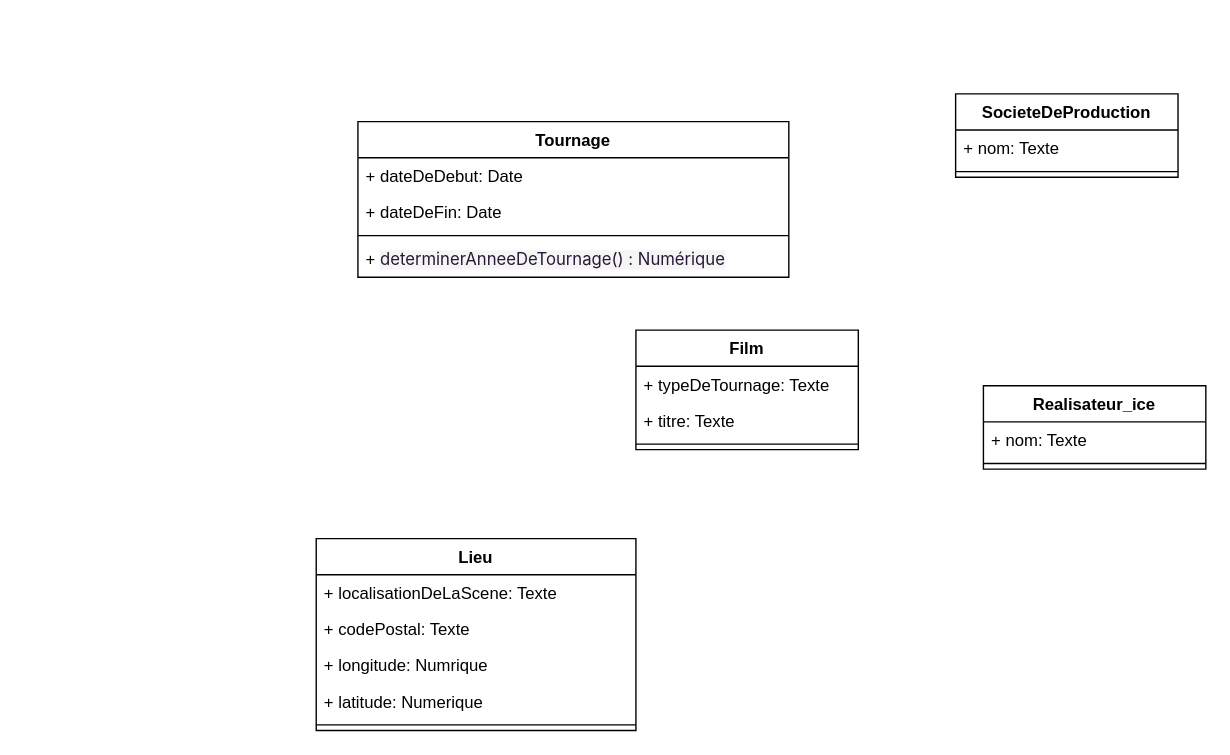
Before: MCD_NeoNomade.drawio in BoubaGadiaga/NeoNomade_modelisation, a draw.io diagram. Source tidied: cells renumbered, new cells numbered last; positions are measured from the earlier drawing's top-left corner, leaving out a move shared by most shapes. Both pictures are drawn from the tidied source at 139%, with x=0, y=0 at pixel (316, 93).
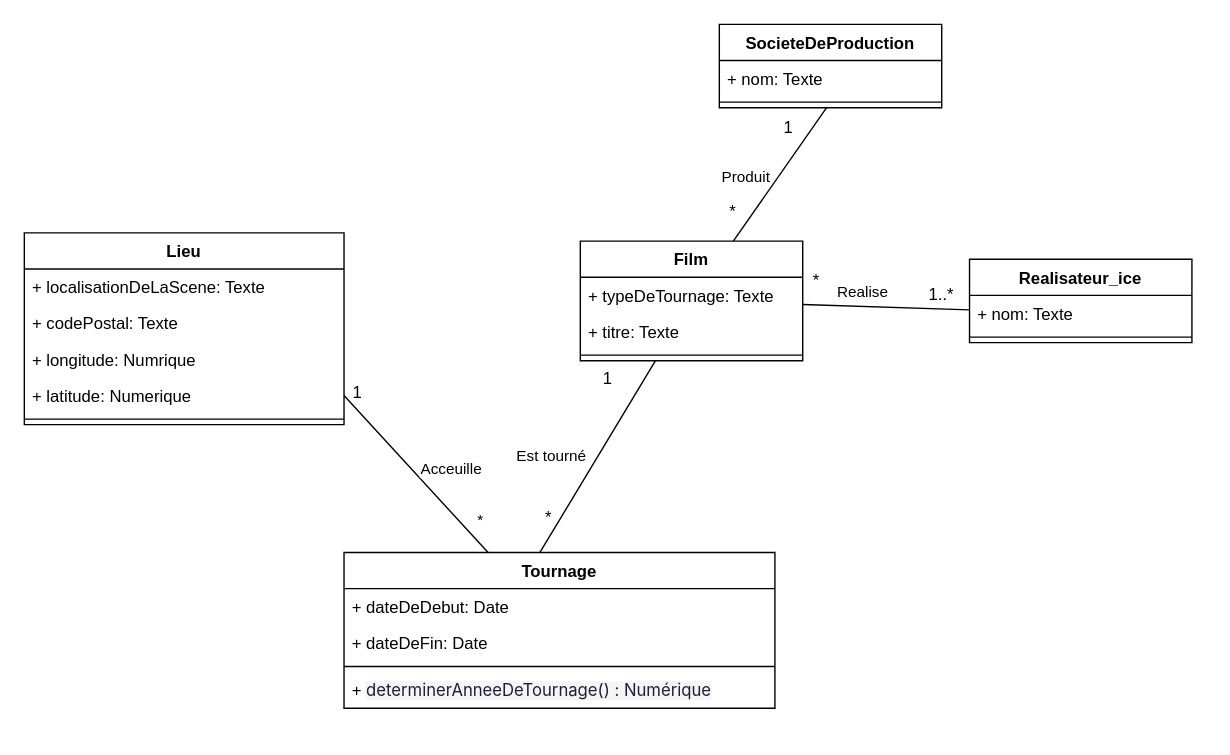
The same diagram, later.

Commit message:
premiere relation des tables

The change refers to these unchanged cells:
```xml
<mxCell id="15" value="+ latitude: Numerique" style="text;strokeColor=none;fillColor=none;align=left;verticalAlign=top;spacingLeft=4;spacingRight=4;overflow=hidden;points=[[0,0.5],[1,0.5]];portConstraint=eastwest;whiteSpace=wrap;html=1;" parent="11" vertex="1">
  <mxGeometry y="104" width="230" height="26" as="geometry" />
</mxCell>
<mxCell id="19" style="line;strokeWidth=1;fillColor=none;align=left;verticalAlign=middle;spacingTop=-1;spacingLeft=3;spacingRight=3;labelPosition=right;points=[];portConstraint=eastwest;strokeColor=inherit;" parent="17" vertex="1">
  <mxGeometry y="52" width="160" height="8" as="geometry" />
</mxCell>
<mxCell id="21" value="+ nom: Texte" style="text;strokeColor=none;fillColor=none;align=left;verticalAlign=top;spacingLeft=4;spacingRight=4;overflow=hidden;points=[[0,0.5],[1,0.5]];portConstraint=eastwest;whiteSpace=wrap;html=1;" parent="20" vertex="1">
  <mxGeometry y="26" width="160" height="26" as="geometry" />
</mxCell>
```

The edit, as a diff of the source:
```diff
@@
+    <mxCell id="23" style="rounded=0;jettySize=auto;html=1;endArrow=none;endFill=0;" parent="1" edge="1" source="2" target="21">
+      <mxGeometry relative="1" as="geometry" />
+    </mxCell>
+    <mxCell id="24" value="Realise" style="edgeLabel;html=1;align=center;verticalAlign=middle;" parent="23" vertex="1">
+      <mxGeometry x="-0.28" y="1" relative="1" as="geometry">
+        <mxPoint x="-1" y="-9" as="offset" />
+      </mxGeometry>
+    </mxCell>
+    <mxCell id="25" style="rounded=0;jettySize=auto;html=1;endArrow=none;endFill=0;entryX=0.448;entryY=0.03;entryDx=0;entryDy=0;entryPerimeter=0;" parent="1" edge="1" source="2" target="6">
+      <mxGeometry relative="1" as="geometry" />
+    </mxCell>
+    <mxCell id="26" value="Est tourné" style="edgeLabel;html=1;align=center;verticalAlign=middle;" parent="25" vertex="1">
+      <mxGeometry x="-0.02" y="-1" relative="1" as="geometry">
+        <mxPoint x="-33" as="offset" />
+      </mxGeometry>
+    </mxCell>
+    <mxCell id="27" style="rounded=0;jettySize=auto;html=1;endArrow=none;endFill=0;" parent="1" edge="1" source="2" target="19">
+      <mxGeometry relative="1" as="geometry" />
+    </mxCell>
+    <mxCell id="28" value="Produit" style="edgeLabel;html=1;align=center;verticalAlign=middle;" parent="27" vertex="1">
+      <mxGeometry x="-0.09" y="6" relative="1" as="geometry">
+        <mxPoint x="-17" as="offset" />
+      </mxGeometry>
+    </mxCell>
     <mxCell id="2" value="Film" style="swimlane;fontStyle=1;align=center;verticalAlign=top;horizontal=1;startSize=26;whiteSpace=wrap;html=1;" parent="1" vertex="1">
-      <mxGeometry x="230" y="170" width="160" height="86" as="geometry" />
+      <mxGeometry x="190" y="106" width="160" height="86" as="geometry" />
     </mxCell>
@@
+    <mxCell id="29" style="rounded=0;jettySize=auto;html=1;entryX=1;entryY=0.5;entryDx=0;entryDy=0;endArrow=none;endFill=0;" parent="1" edge="1" source="6" target="15">
+      <mxGeometry relative="1" as="geometry" />
+    </mxCell>
+    <mxCell id="30" value="Acceuille" style="edgeLabel;html=1;align=center;verticalAlign=middle;" parent="29" vertex="1">
+      <mxGeometry x="0.06" y="-1" relative="1" as="geometry">
+        <mxPoint x="27" as="offset" />
+      </mxGeometry>
+    </mxCell>
+    <mxCell id="31" value="*" style="edgeLabel;html=1;align=center;verticalAlign=middle;" parent="29" vertex="1">
+      <mxGeometry x="-0.7" y="-2" relative="1" as="geometry">
+        <mxPoint x="8" y="-5" as="offset" />
+      </mxGeometry>
+    </mxCell>
     <mxCell id="6" value="Tournage" style="swimlane;fontStyle=1;align=center;verticalAlign=top;horizontal=1;startSize=26;whiteSpace=wrap;html=1;" parent="1" vertex="1">
-      <mxGeometry x="30" y="20" width="310" height="112" as="geometry" />
+      <mxGeometry x="20" y="330" width="310" height="112" as="geometry" />
     </mxCell>
@@
     <mxCell id="11" value="Lieu" style="swimlane;fontStyle=1;align=center;verticalAlign=top;horizontal=1;startSize=26;whiteSpace=wrap;html=1;" parent="1" vertex="1">
-      <mxGeometry y="320" width="230" height="138" as="geometry" />
+      <mxGeometry x="-210" y="100" width="230" height="138" as="geometry" />
     </mxCell>
@@
     <mxCell id="17" value="SocieteDeProduction" style="swimlane;fontStyle=1;align=center;verticalAlign=top;horizontal=1;startSize=26;whiteSpace=wrap;html=1;" parent="1" vertex="1">
-      <mxGeometry x="460" width="160" height="60" as="geometry" />
+      <mxGeometry x="290" y="-50" width="160" height="60" as="geometry" />
     </mxCell>
@@
     <mxCell id="20" value="Realisateur_ice" style="swimlane;fontStyle=1;align=center;verticalAlign=top;horizontal=1;startSize=26;whiteSpace=wrap;html=1;" parent="1" vertex="1">
-      <mxGeometry x="480" y="210" width="160" height="60" as="geometry" />
+      <mxGeometry x="470" y="119" width="160" height="60" as="geometry" />
     </mxCell>
@@
+    <mxCell id="32" value="*" style="text;html=1;whiteSpace=wrap;strokeColor=none;fillColor=none;align=center;verticalAlign=middle;rounded=0;" parent="1" vertex="1">
+      <mxGeometry x="270" y="70" width="60" height="30" as="geometry" />
+    </mxCell>
+    <mxCell id="33" value="1" style="text;html=1;whiteSpace=wrap;strokeColor=none;fillColor=none;align=center;verticalAlign=middle;rounded=0;" parent="1" vertex="1">
+      <mxGeometry x="310" y="10" width="60" height="30" as="geometry" />
+    </mxCell>
+    <mxCell id="34" value="*" style="text;html=1;whiteSpace=wrap;strokeColor=none;fillColor=none;align=center;verticalAlign=middle;rounded=0;" parent="1" vertex="1">
+      <mxGeometry x="330" y="120" width="60" height="30" as="geometry" />
+    </mxCell>
+    <mxCell id="35" value="1..*" style="text;html=1;whiteSpace=wrap;strokeColor=none;fillColor=none;align=center;verticalAlign=middle;rounded=0;" parent="1" vertex="1">
+      <mxGeometry x="420" y="130" width="60" height="30" as="geometry" />
+    </mxCell>
+    <mxCell id="36" value="1" style="text;html=1;whiteSpace=wrap;strokeColor=none;fillColor=none;align=center;verticalAlign=middle;rounded=0;" parent="1" vertex="1">
+      <mxGeometry x="180" y="190" width="60" height="30" as="geometry" />
+    </mxCell>
+    <mxCell id="37" value="*" style="text;html=1;whiteSpace=wrap;strokeColor=none;fillColor=none;align=center;verticalAlign=middle;rounded=0;" parent="1" vertex="1">
+      <mxGeometry x="160" y="290" width="15" height="30" as="geometry" />
+    </mxCell>
+    <mxCell id="38" value="1" style="text;html=1;whiteSpace=wrap;strokeColor=none;fillColor=none;align=center;verticalAlign=middle;rounded=0;" parent="1" vertex="1">
+      <mxGeometry y="200" width="60" height="30" as="geometry" />
+    </mxCell>
```
